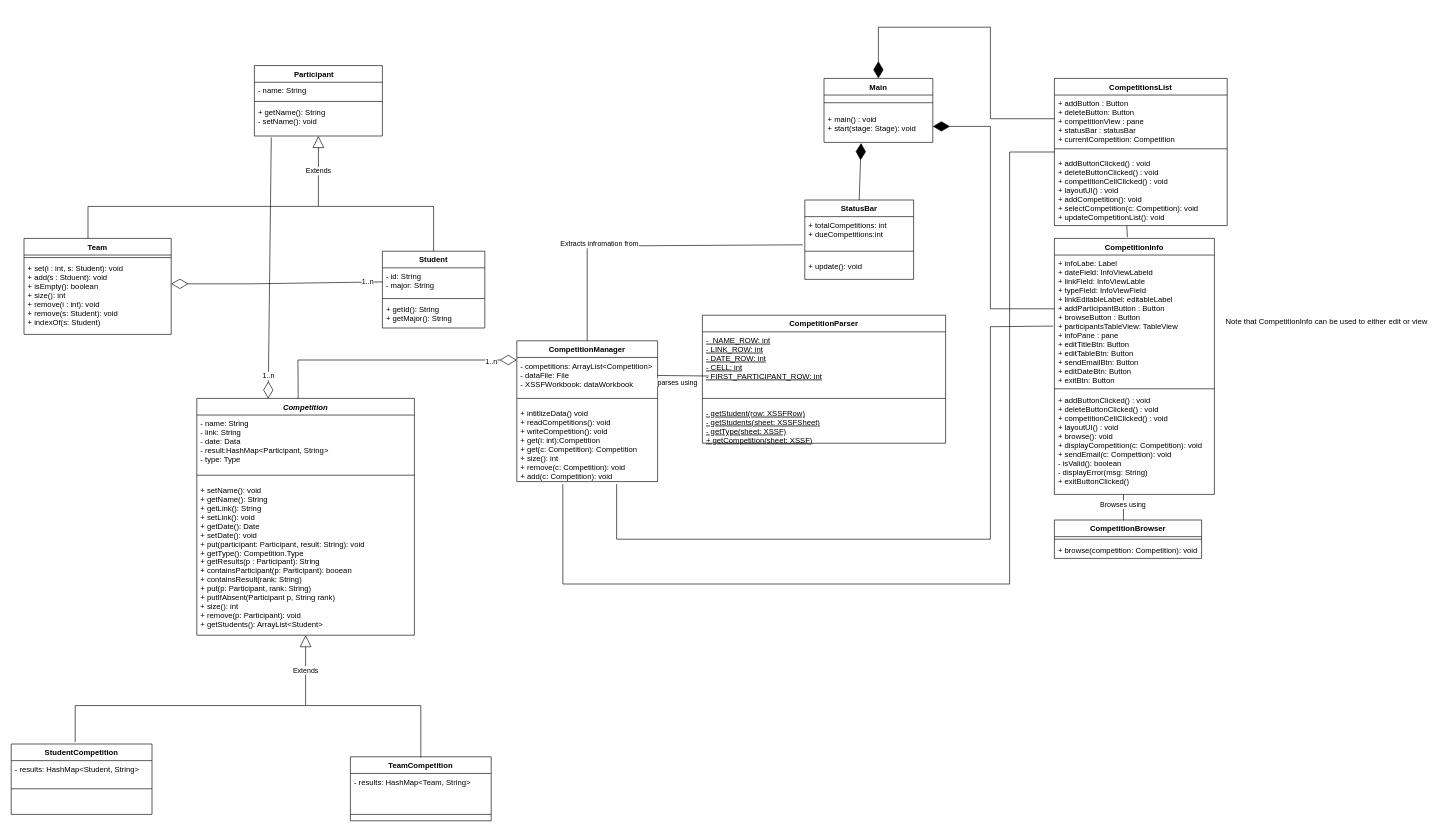
Before: docs/phase2/class-diagram.drawio in AbdullahAXR/Competition-tracker, a draw.io diagram. Source tidied: cells renumbered, new cells numbered last; positions are measured from the earlier drawing's top-left corner, leaving out a move shared by most shapes. Both pictures are drawn from the tidied source at 64%, with x=0, y=0 at pixel (11, 27).
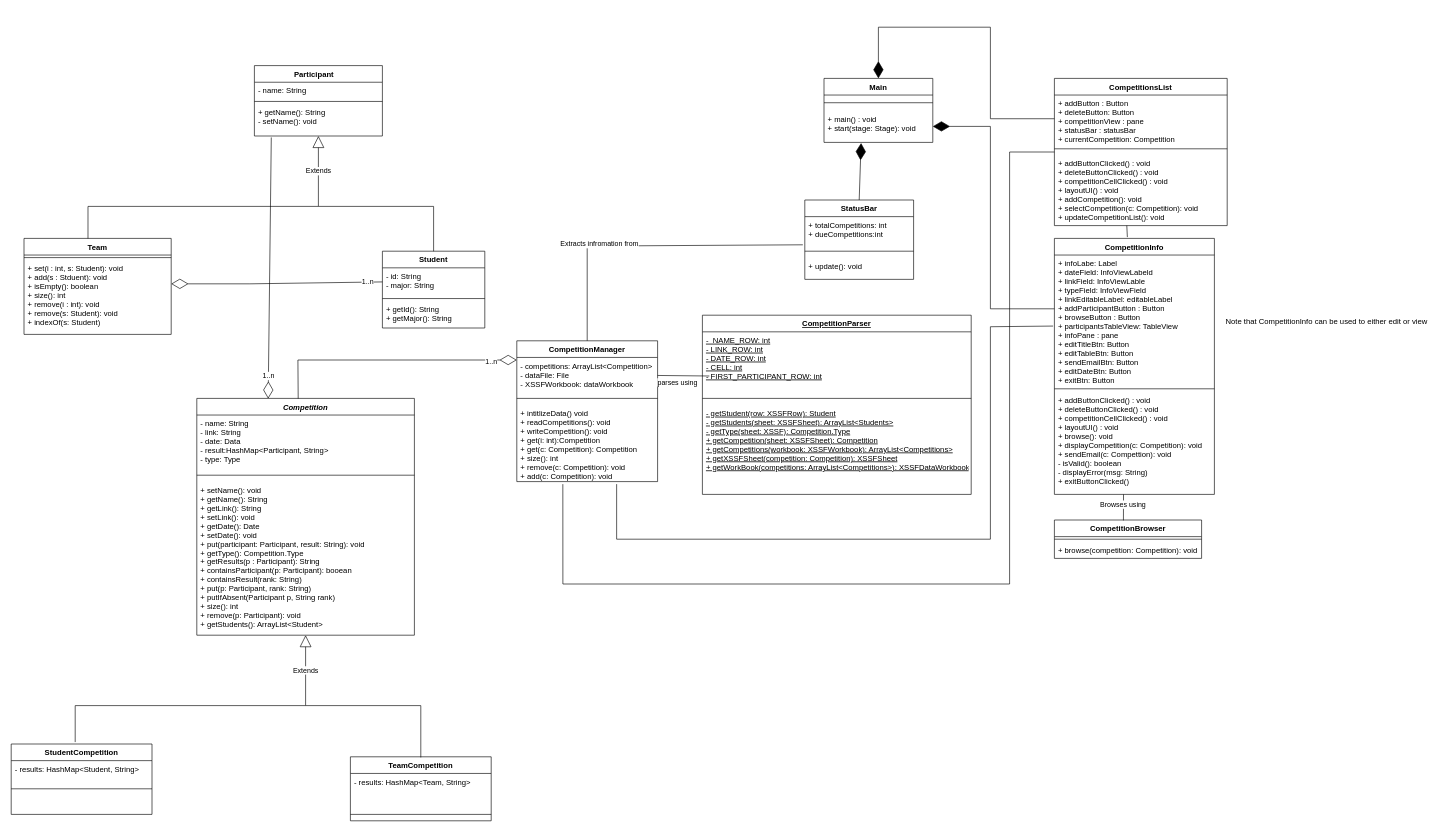
The same diagram, later.

Commit message (it also covers changes not shown here):
docs: added useful methods in the competitionParser

What changed in the source:
```diff
@@
-    <mxCell id="24" value="CompetitionParser" style="swimlane;fontStyle=1;align=center;verticalAlign=top;horizontal=1;startSize=26;" parent="1" vertex="1">
-      <mxGeometry x="1080" y="450" width="380" height="200" as="geometry" />
+    <mxCell id="24" value="CompetitionParser" style="swimlane;fontStyle=5;align=center;verticalAlign=top;horizontal=1;startSize=26;" parent="1" vertex="1">
+      <mxGeometry x="1080" y="450" width="420" height="280" as="geometry" />
     </mxCell>
     <mxCell id="25" value="-  NAME_ROW: int&#10;-  LINK_ROW: int&#10;-  DATE_ROW: int&#10;-  CELL: int&#10;- FIRST_PARTICIPANT_ROW: int&#10;" style="text;strokeColor=none;fillColor=none;align=left;verticalAlign=top;spacingLeft=4;spacingRight=4;overflow=hidden;points=[[0,0.5],[1,0.5]];portConstraint=eastwest;fontStyle=4;" parent="24" vertex="1">
-      <mxGeometry y="26" width="380" height="94" as="geometry" />
+      <mxGeometry y="26" width="420" height="94" as="geometry" />
     </mxCell>
     <mxCell id="26" style="line;strokeWidth=1;fillColor=none;align=left;verticalAlign=middle;spacingTop=-1;spacingLeft=3;spacingRight=3;labelPosition=right;" parent="24" vertex="1">
-      <mxGeometry y="120" width="380" height="20" as="geometry" />
+      <mxGeometry y="120" width="420" height="20" as="geometry" />
     </mxCell>
-    <mxCell id="27" value="- getStudent(row: XSSFRow)&#10;- getStudents(sheet: XSSFSheet)&#10;- getType(sheet: XSSF)&#10;+ getCompetition(sheet: XSSF)&#10;&#10;&#10;" style="text;strokeColor=none;fillColor=none;align=left;verticalAlign=top;spacingLeft=4;spacingRight=4;overflow=hidden;fontStyle=4;" parent="24" vertex="1">
-      <mxGeometry y="140" width="380" height="60" as="geometry" />
+    <mxCell id="27" value="- getStudent(row: XSSFRow): Student&#10;- getStudents(sheet: XSSFSheet): ArrayList&lt;Students&gt;&#10;- getType(sheet: XSSF): Competition.Type&#10;+ getCompetition(sheet: XSSFSheet): Competition&#10;+ getCompetitions(workbook: XSSFWorkbook): ArrayList&lt;Competitions&gt;&#10;+ getXSSFSheet(competition: Competition): XSSFSheet&#10;+ getWorkBook(competitions: ArrayList&lt;Competitions&gt;): XSSFDataWorkbook &#10;" style="text;strokeColor=none;fillColor=none;align=left;verticalAlign=top;spacingLeft=4;spacingRight=4;overflow=hidden;fontStyle=4;" parent="24" vertex="1">
+      <mxGeometry y="140" width="420" height="140" as="geometry" />
     </mxCell>
```
